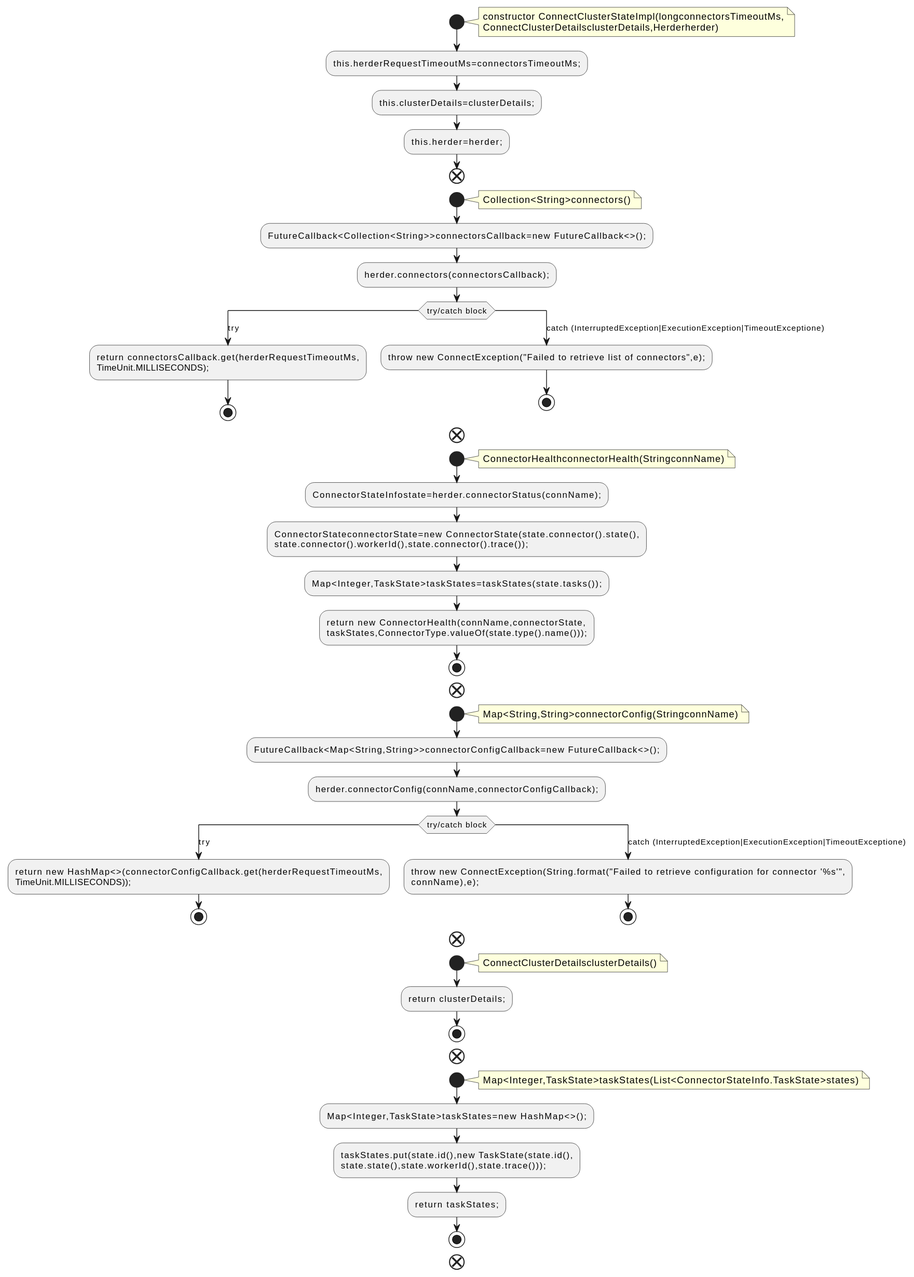
Earlier version of the PlantUML export docs/qc/connect/runtime/src/main/java/org/apache/kafka/connect/runtime/health/ConnectClusterStateImpl.java.fct.svg (qualitesys/kafka).
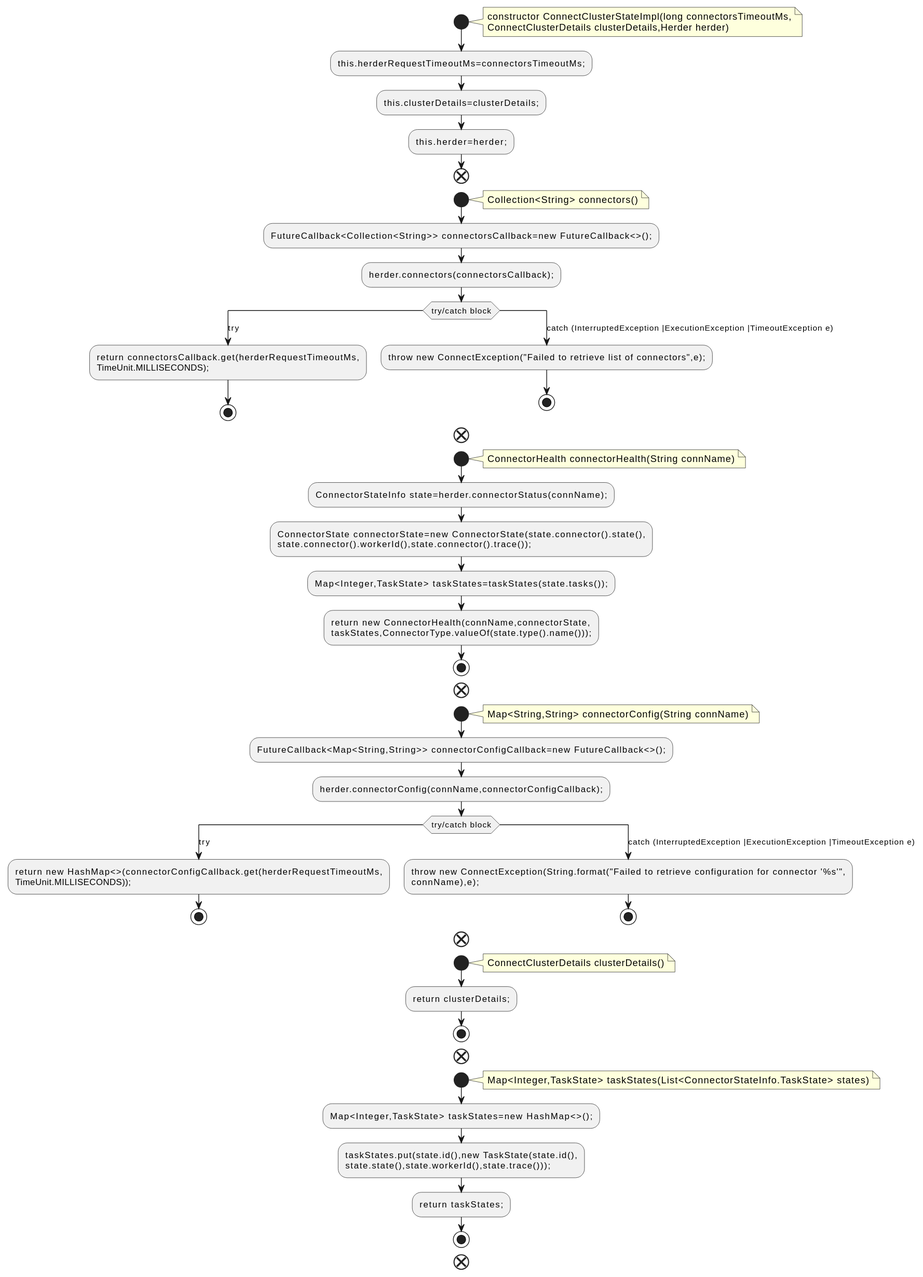
Later version of the same file.

The edit, as a diff of the source:
```diff
@@ -2,8 +2,8 @@
 !pragma layout smetana
 start
 note right
-constructor ConnectClusterStateImpl(longconnectorsTimeoutMs,
-ConnectClusterDetailsclusterDetails,Herderherder)
+constructor ConnectClusterStateImpl(long connectorsTimeoutMs,
+ConnectClusterDetails clusterDetails,Herder herder)
 end note
 :this.herderRequestTimeoutMs=connectorsTimeoutMs;;
 :this.clusterDetails=clusterDetails;;
@@ -11,44 +11,44 @@
 end
 start
 note right
-Collection<String>connectors()
+Collection<String> connectors()
 end note
-:FutureCallback<Collection<String>>connectorsCallback=new FutureCallback<>();;
+:FutureCallback<Collection<String>> connectorsCallback=new FutureCallback<>();;
 :herder.connectors(connectorsCallback);;
 switch (try/catch block)
 case (try)
 :return connectorsCallback.get(herderRequestTimeoutMs,
 TimeUnit.MILLISECONDS);;
 stop
-case (catch (InterruptedException|ExecutionException|TimeoutExceptione))
+case (catch (InterruptedException |ExecutionException |TimeoutException e))
 :throw new ConnectException("Failed to retrieve list of connectors",e);;
 stop
 endswitch
 end
 start
 note right
-ConnectorHealthconnectorHealth(StringconnName)
+ConnectorHealth connectorHealth(String connName)
 end note
-:ConnectorStateInfostate=herder.connectorStatus(connName);;
-:ConnectorStateconnectorState=new ConnectorState(state.connector().state(),
+:ConnectorStateInfo state=herder.connectorStatus(connName);;
+:ConnectorState connectorState=new ConnectorState(state.connector().state(),
 state.connector().workerId(),state.connector().trace());;
-:Map<Integer,TaskState>taskStates=taskStates(state.tasks());;
+:Map<Integer,TaskState> taskStates=taskStates(state.tasks());;
 :return new ConnectorHealth(connName,connectorState,
 taskStates,ConnectorType.valueOf(state.type().name()));;
 stop
 end
 start
 note right
-Map<String,String>connectorConfig(StringconnName)
+Map<String,String> connectorConfig(String connName)
 end note
-:FutureCallback<Map<String,String>>connectorConfigCallback=new FutureCallback<>();;
+:FutureCallback<Map<String,String>> connectorConfigCallback=new FutureCallback<>();;
 :herder.connectorConfig(connName,connectorConfigCallback);;
 switch (try/catch block)
 case (try)
 :return new HashMap<>(connectorConfigCallback.get(herderRequestTimeoutMs,
 TimeUnit.MILLISECONDS));;
 stop
-case (catch (InterruptedException|ExecutionException|TimeoutExceptione))
+case (catch (InterruptedException |ExecutionException |TimeoutException e))
 :throw new ConnectException(String.format("Failed to retrieve configuration for connector '%s'",
 connName),e);;
 stop
@@ -56,16 +56,16 @@
 end
 start
 note right
-ConnectClusterDetailsclusterDetails()
+ConnectClusterDetails clusterDetails()
 end note
 :return clusterDetails;;
 stop
 end
 start
 note right
-Map<Integer,TaskState>taskStates(List<ConnectorStateInfo.TaskState>states)
+Map<Integer,TaskState> taskStates(List<ConnectorStateInfo.TaskState> states)
 end note
-:Map<Integer,TaskState>taskStates=new HashMap<>();;
+:Map<Integer,TaskState> taskStates=new HashMap<>();;
 :taskStates.put(state.id(),new TaskState(state.id(),
 state.state(),state.workerId(),state.trace()));;
 :return taskStates;;
```
